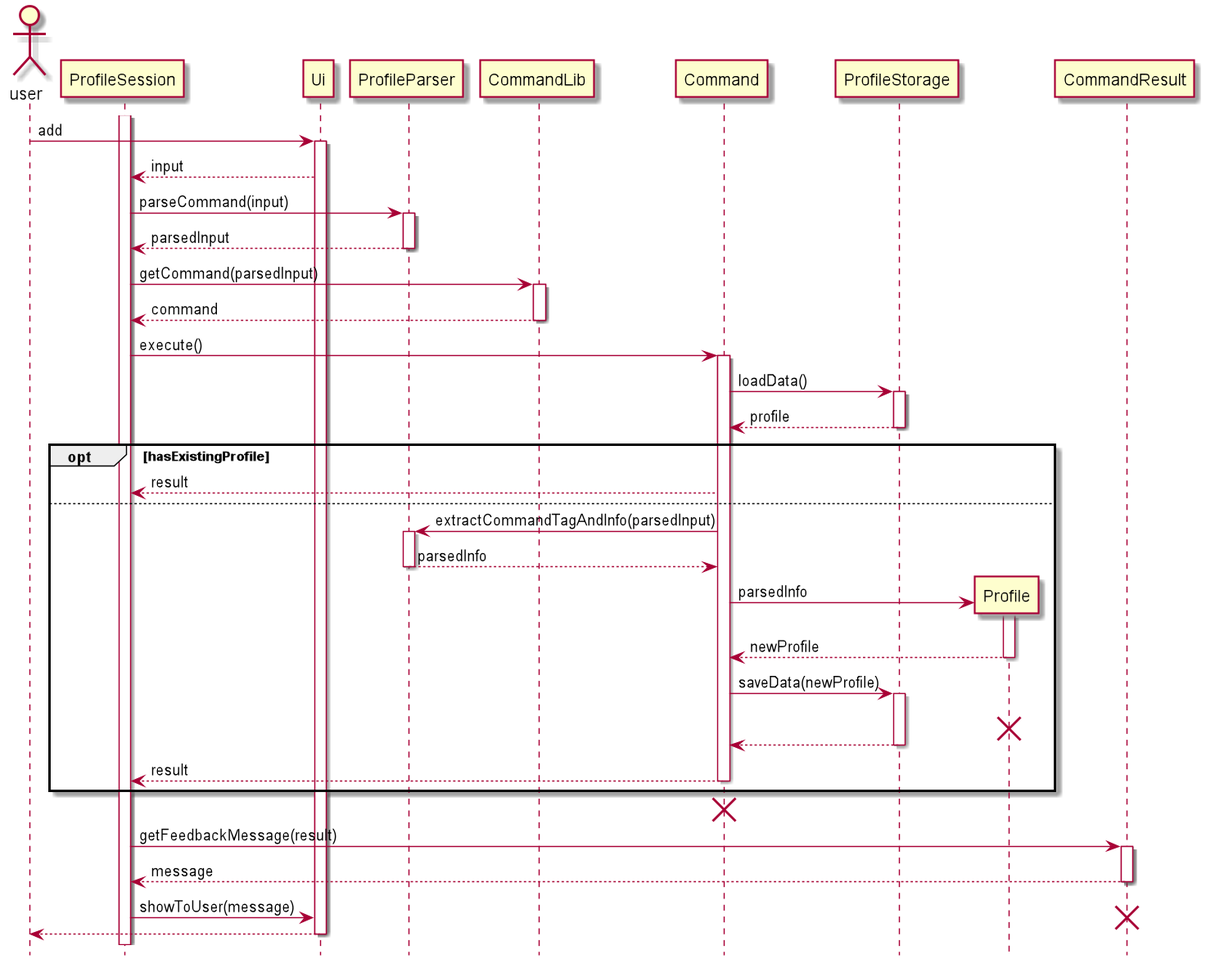
zsk612/tp keeps this PlantUML diagram as docs/pictures/khoa/AddProfile.png. Above is the earlier version.
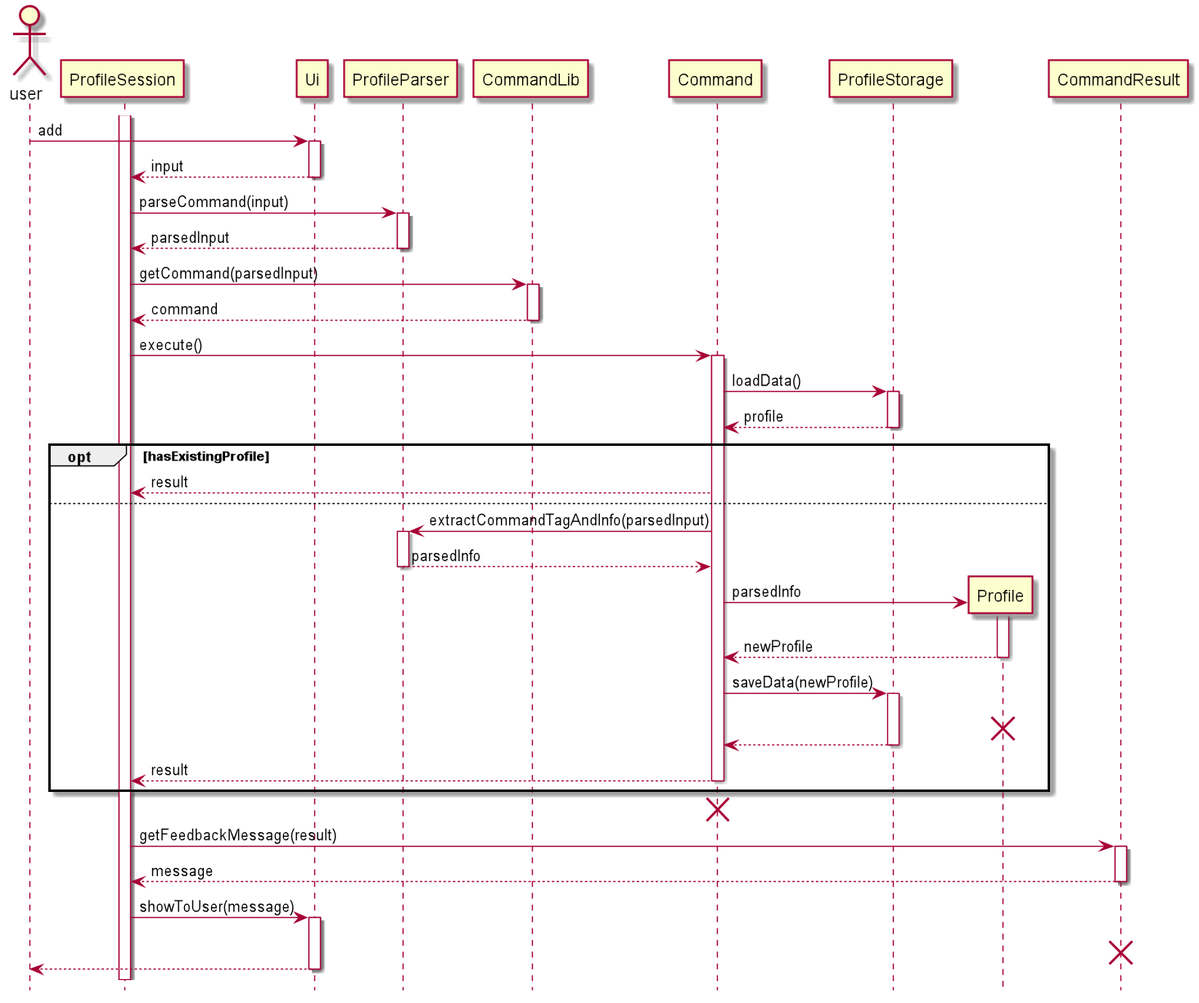
The same file after the commit.

Diff of the diagram source:
```diff
@@ -4,7 +4,7 @@
 actor user
 activate ProfileSession
 user -> Ui++ : add
-Ui --> ProfileSession : input
+Ui --> ProfileSession -- : input
 
 ProfileSession -> ProfileParser ++ : parseCommand(input)
 ProfileParser --> ProfileSession -- : parsedInput
@@ -33,10 +33,9 @@
 deactivate Command
 destroy Command
 
-
 ProfileSession -> CommandResult ++ : getFeedbackMessage(result)
 CommandResult --> ProfileSession -- : message
-ProfileSession -> Ui : showToUser(message)
+ProfileSession -> Ui ++ : showToUser(message)
 destroy CommandResult
 Ui --> user
 deactivate Ui
```
